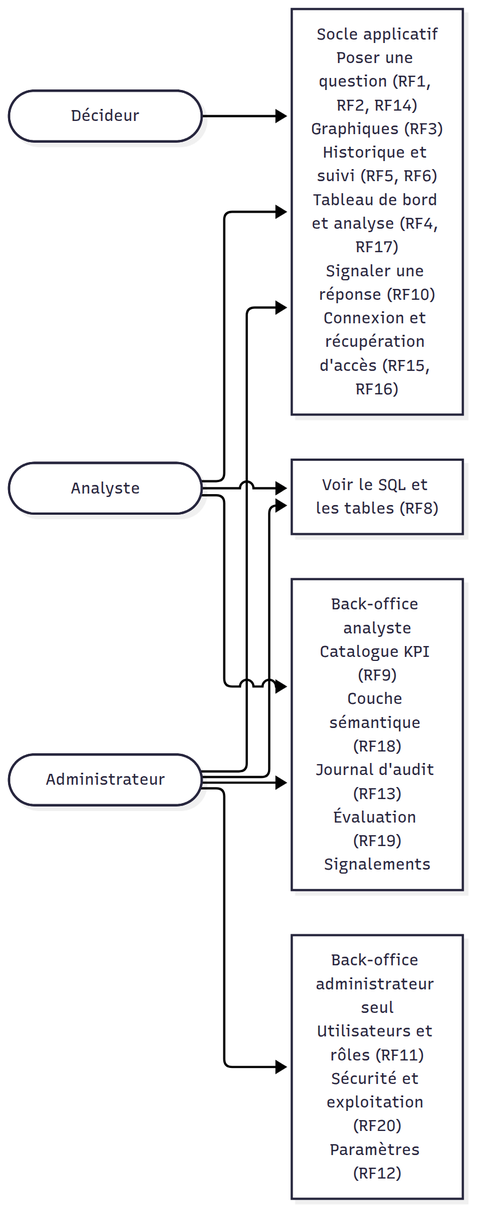
This is docs/diagrams/png/02-acteurs-droits.png from justefrank/decision-agent-IA, a Mermaid export, as it was before one commit. Its source is kept beside it as docs/diagrams/02-acteurs-droits.mmd.
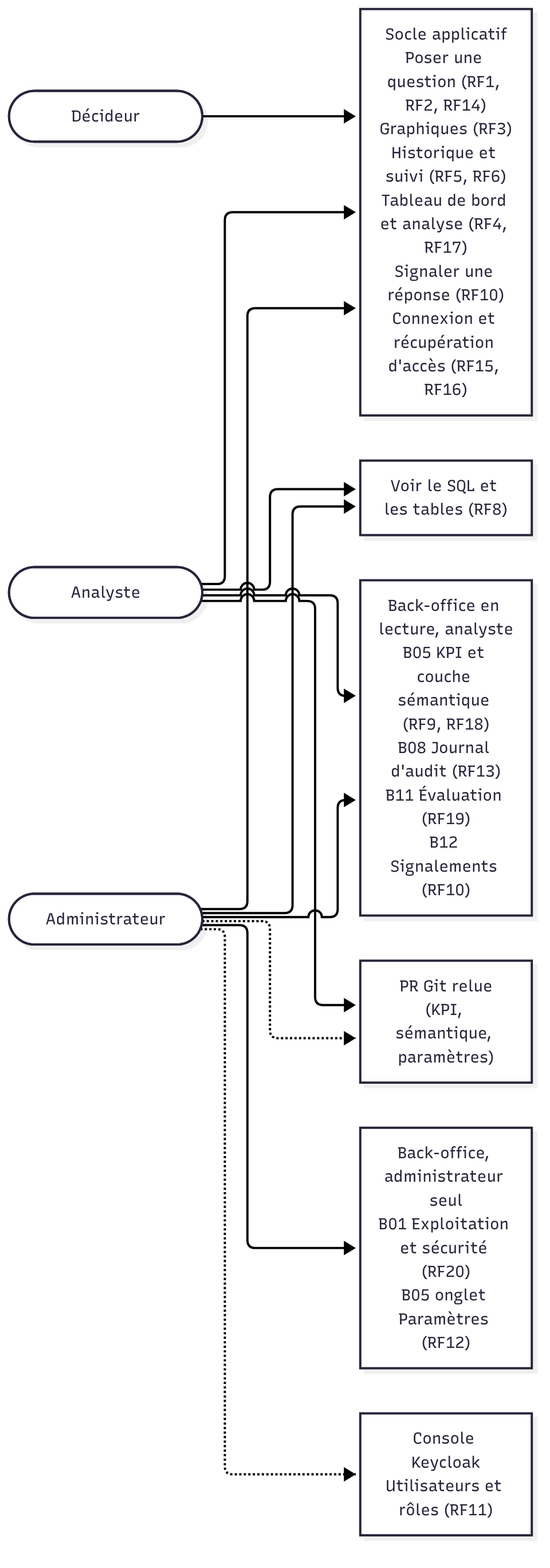
Above is the later version.

The edit, as a diff of the source:
```diff
@@ -7,7 +7,12 @@
   M --> SQLV
   M --> BOR
   M --> BOA
+  M -.-> KCC
   BASE["Socle applicatif<br/>Poser une question (RF1, RF2, RF14)<br/>Graphiques (RF3)<br/>Historique et suivi (RF5, RF6)<br/>Tableau de bord et analyse (RF4, RF17)<br/>Signaler une réponse (RF10)<br/>Connexion et récupération d'accès (RF15, RF16)"]
   SQLV["Voir le SQL et les tables (RF8)"]
-  BOR["Back-office analyste<br/>Catalogue KPI (RF9)<br/>Couche sémantique (RF18)<br/>Journal d'audit (RF13)<br/>Évaluation (RF19)<br/>Signalements"]
-  BOA["Back-office administrateur seul<br/>Utilisateurs et rôles (RF11)<br/>Sécurité et exploitation (RF20)<br/>Paramètres (RF12)"]
+  BOR["Back-office en lecture, analyste<br/>B05 KPI et couche sémantique (RF9, RF18)<br/>B08 Journal d'audit (RF13)<br/>B11 Évaluation (RF19)<br/>B12 Signalements (RF10)"]
+  BOA["Back-office, administrateur seul<br/>B01 Exploitation et sécurité (RF20)<br/>B05 onglet Paramètres (RF12)"]
+  KCC["Console Keycloak<br/>Utilisateurs et rôles (RF11)"]
+  PR["PR Git relue<br/>(KPI, sémantique, paramètres)"]
+  A -.-> PR
+  M -.-> PR
```
